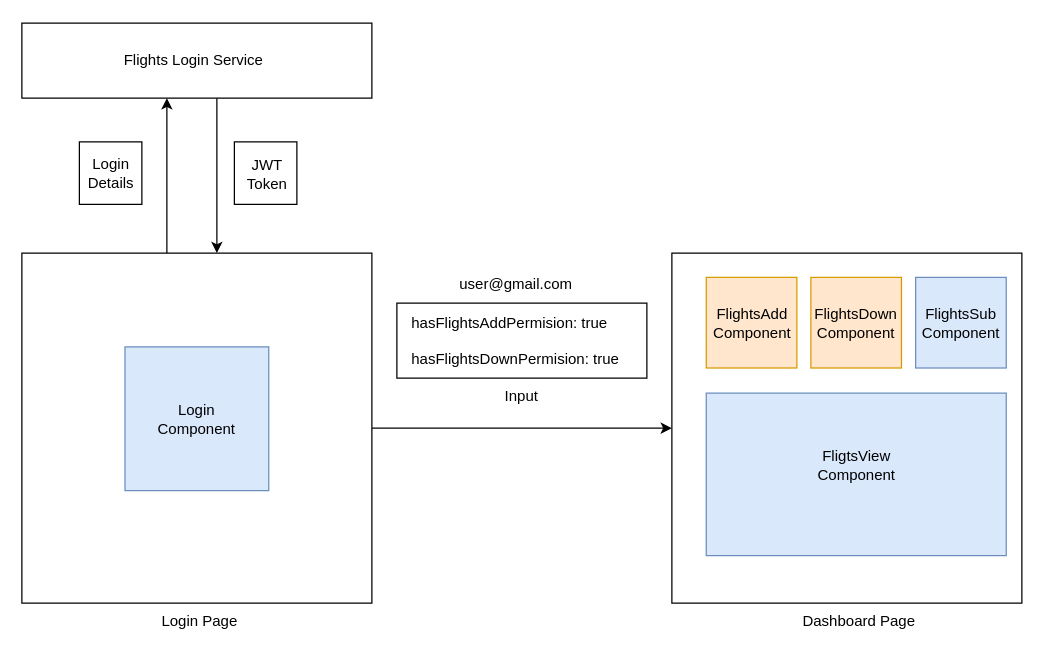
This is page "Page-1" (1 of 2) of src/assets/high-level-design.drawio from sedeeman/flight-departure-arrival-app, a draw.io file, before an edit. Source tidied: cells renumbered, new cells numbered last; positions are measured from the earlier drawing's top-left corner, leaving out a move shared by most shapes. Both pictures are drawn from the tidied source at 125%, with x=0, y=0 at pixel (21, 22).
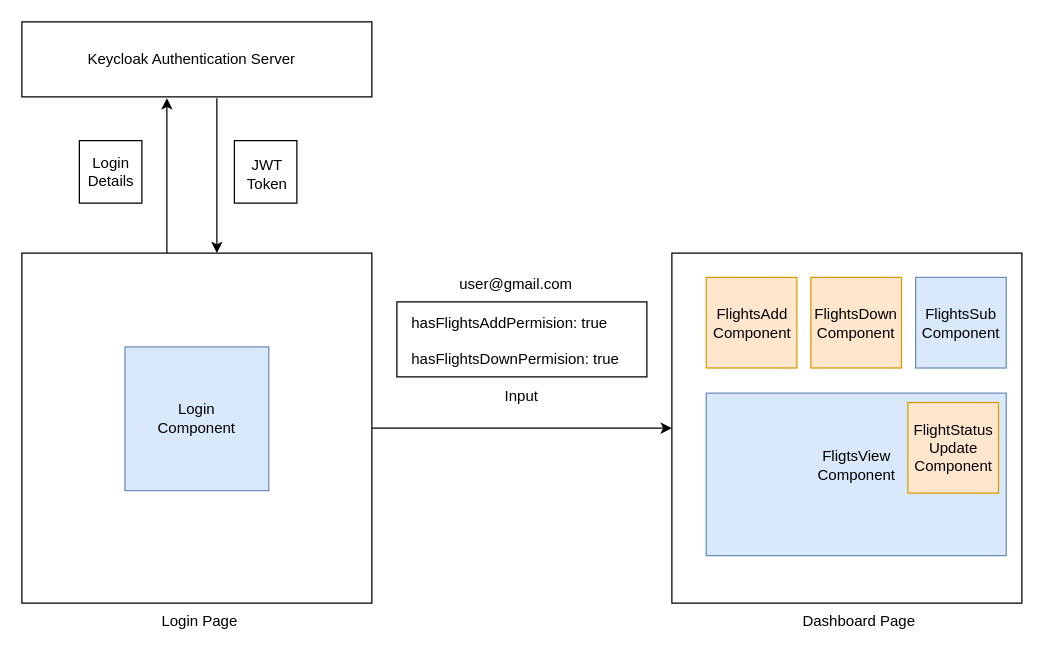
The same diagram, later.

Commit message:
assignment-high-level-architecture

What changed in the source:
```diff
@@
     <mxCell id="7" value="Login Component" style="text;html=1;strokeColor=none;fillColor=none;align=center;verticalAlign=middle;whiteSpace=wrap;rounded=0;" parent="1" vertex="1">
-      <mxGeometry x="110" y="301.5" width="60" height="30" as="geometry" />
+      <mxGeometry x="110" y="300.5" width="60" height="30" as="geometry" />
     </mxCell>
@@
     <mxCell id="15" style="rounded=0;whiteSpace=wrap;html=1;" parent="1" vertex="1">
-      <mxGeometry x="300" y="224" width="200" height="60" as="geometry" />
+      <mxGeometry x="300" y="223" width="200" height="60" as="geometry" />
     </mxCell>
@@
     <mxCell id="20" style="rounded=0;whiteSpace=wrap;html=1;" parent="1" vertex="1">
-      <mxGeometry width="280" height="60" as="geometry" />
+      <mxGeometry y="-1" width="280" height="60" as="geometry" />
     </mxCell>
-    <mxCell id="21" value="&amp;nbsp;Flights Login Service" style="text;html=1;strokeColor=none;fillColor=none;align=center;verticalAlign=middle;whiteSpace=wrap;rounded=0;" parent="1" vertex="1">
-      <mxGeometry x="36" y="15" width="200" height="30" as="geometry" />
-    </mxCell>
     <mxCell id="22" style="whiteSpace=wrap;html=1;" parent="1" vertex="1">
-      <mxGeometry x="170" y="95" width="50" height="50" as="geometry" />
+      <mxGeometry x="170" y="94" width="50" height="50" as="geometry" />
     </mxCell>
@@
     <mxCell id="24" style="whiteSpace=wrap;html=1;" parent="1" vertex="1">
-      <mxGeometry x="46" y="95" width="50" height="50" as="geometry" />
+      <mxGeometry x="46" y="94" width="50" height="50" as="geometry" />
     </mxCell>
     <mxCell id="25" value="Login&lt;br&gt;Details" style="text;html=1;strokeColor=none;fillColor=none;align=center;verticalAlign=middle;whiteSpace=wrap;rounded=0;" parent="1" vertex="1">
-      <mxGeometry x="53.5" y="105" width="35" height="30" as="geometry" />
+      <mxGeometry x="53.5" y="104" width="35" height="30" as="geometry" />
     </mxCell>
+    <mxCell id="26" value="FlightStatus&lt;br&gt;Update&lt;br&gt;Component" style="whiteSpace=wrap;html=1;fillColor=#ffe6cc;strokeColor=#d79b00;" parent="1" vertex="1">
+      <mxGeometry x="708.8" y="303.5" width="72.5" height="72.5" as="geometry" />
+    </mxCell>
+    <mxCell id="27" value="Keycloak Authentication Server" style="text;html=1;strokeColor=none;fillColor=none;align=center;verticalAlign=middle;whiteSpace=wrap;rounded=0;" parent="1" vertex="1">
+      <mxGeometry x="16" y="14" width="240" height="30" as="geometry" />
+    </mxCell>
```
